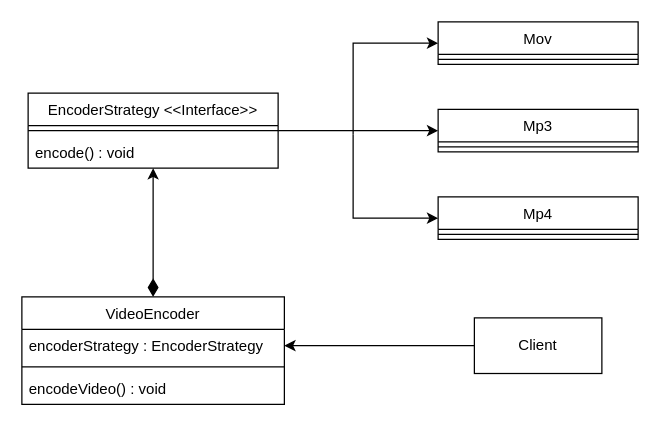
rishabmamgai/LLD keeps this draw.io diagram as umls/Strategy.drawio. Above is the earlier version. Source tidied: cells renumbered, new cells numbered last; positions are measured from the earlier drawing's top-left corner, leaving out a move shared by most shapes. Both pictures are drawn from the tidied source at 125%, with x=0, y=0 at pixel (21, 21).
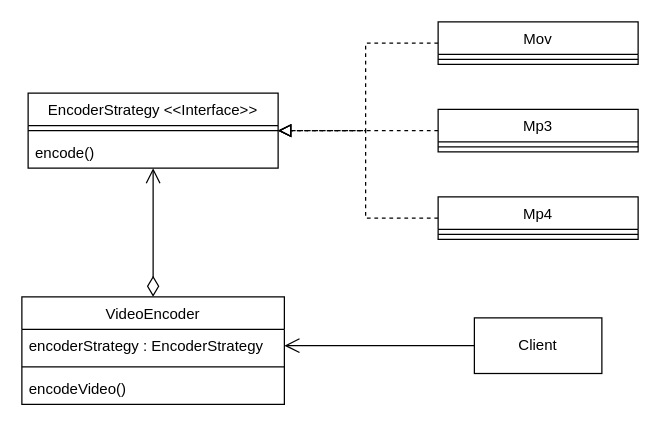
Above is the later version.

Unchanged cells that the change refers to:
```xml
<mxCell id="2" value="EncoderStrategy &lt;&lt;Interface&gt;&gt;" style="swimlane;fontStyle=0;align=center;verticalAlign=top;horizontal=1;startSize=26;rounded=0;shadow=0;strokeWidth=1;" parent="1" vertex="1">
  <mxGeometry x="5" y="57" width="200" height="60" as="geometry" />
</mxCell>
<mxCell id="5" value="VideoEncoder" style="swimlane;fontStyle=0;align=center;verticalAlign=top;horizontal=1;startSize=26;rounded=0;shadow=0;strokeWidth=1;" parent="1" vertex="1">
  <mxGeometry y="220" width="210" height="86" as="geometry" />
</mxCell>
<mxCell id="6" value="encoderStrategy : EncoderStrategy" style="text;align=left;verticalAlign=top;spacingLeft=4;spacingRight=4;overflow=hidden;points=[[0,0.5],[1,0.5]];portConstraint=eastwest;" parent="5" vertex="1">
  <mxGeometry y="26" width="210" height="26" as="geometry" />
</mxCell>
<mxCell id="9" value="Mov" style="swimlane;fontStyle=0;align=center;verticalAlign=top;horizontal=1;startSize=26;rounded=0;shadow=0;strokeWidth=1;" parent="1" vertex="1">
  <mxGeometry x="333" width="160" height="34" as="geometry" />
</mxCell>
<mxCell id="11" value="Mp3" style="swimlane;fontStyle=0;align=center;verticalAlign=top;horizontal=1;startSize=26;rounded=0;shadow=0;strokeWidth=1;" parent="1" vertex="1">
  <mxGeometry x="333" y="70" width="160" height="34" as="geometry" />
</mxCell>
<mxCell id="13" value="Mp4" style="swimlane;fontStyle=0;align=center;verticalAlign=top;horizontal=1;startSize=26;rounded=0;shadow=0;strokeWidth=1;" parent="1" vertex="1">
  <mxGeometry x="333" y="140" width="160" height="34" as="geometry" />
</mxCell>
```

What changed in the source:
```diff
@@
-    <mxCell id="4" value="encode() : void" style="text;align=left;verticalAlign=top;spacingLeft=4;spacingRight=4;overflow=hidden;" parent="2" vertex="1">
+    <mxCell id="4" value="encode()" style="text;align=left;verticalAlign=top;spacingLeft=4;spacingRight=4;overflow=hidden;" parent="2" vertex="1">
       <mxGeometry y="34" width="200" height="26" as="geometry" />
     </mxCell>
@@
-    <mxCell id="8" value="encodeVideo() : void" style="text;align=left;verticalAlign=top;spacingLeft=4;spacingRight=4;overflow=hidden;" parent="5" vertex="1">
+    <mxCell id="8" value="encodeVideo()" style="text;align=left;verticalAlign=top;spacingLeft=4;spacingRight=4;overflow=hidden;" parent="5" vertex="1">
       <mxGeometry y="60" width="210" height="26" as="geometry" />
     </mxCell>
@@
-    <mxCell id="15" style="endArrow=classic;html=1;rounded=0;entryX=0;entryY=0.5;entryDx=0;entryDy=0;exitX=1;exitY=0.5;exitDx=0;exitDy=0;" parent="1" edge="1" source="2" target="11">
-      <mxGeometry relative="1" as="geometry" />
-    </mxCell>
-    <mxCell id="16" style="endArrow=classic;html=1;rounded=0;entryX=0;entryY=0.5;entryDx=0;entryDy=0;" parent="1" edge="1" target="9">
-      <mxGeometry relative="1" as="geometry">
-        <mxPoint x="265" y="90" as="sourcePoint" />
-        <Array as="points">
-          <mxPoint x="265" y="17" />
-        </Array>
-      </mxGeometry>
-    </mxCell>
-    <mxCell id="17" style="endArrow=classic;html=1;rounded=0;entryX=0;entryY=0.5;entryDx=0;entryDy=0;" parent="1" edge="1" target="13">
-      <mxGeometry relative="1" as="geometry">
-        <mxPoint x="265" y="90" as="sourcePoint" />
-        <Array as="points">
-          <mxPoint x="265" y="157" />
-        </Array>
-      </mxGeometry>
-    </mxCell>
+    <mxCell id="19" value="Client" style="rounded=0;whiteSpace=wrap;html=1;" parent="1" vertex="1">
+      <mxGeometry x="362" y="236.8" width="102" height="44.5" as="geometry" />
+    </mxCell>
+    <mxCell id="21" style="endArrow=block;html=1;rounded=0;endFill=0;endSize=8;dashed=1;entryX=1;entryY=0.5;entryDx=0;entryDy=0;exitX=0;exitY=0.5;exitDx=0;exitDy=0;" parent="1" edge="1" source="9" target="2">
+      <mxGeometry relative="1" as="geometry">
+        <Array as="points">
+          <mxPoint x="275" y="17" />
+          <mxPoint x="275" y="87" />
+        </Array>
+      </mxGeometry>
+    </mxCell>
+    <mxCell id="22" style="endArrow=block;html=1;rounded=0;endFill=0;endSize=8;dashed=1;exitX=0;exitY=0.5;exitDx=0;exitDy=0;entryX=1;entryY=0.5;entryDx=0;entryDy=0;" parent="1" edge="1" source="13" target="2">
+      <mxGeometry relative="1" as="geometry">
+        <Array as="points">
+          <mxPoint x="275" y="157" />
+          <mxPoint x="275" y="87" />
+        </Array>
+      </mxGeometry>
+    </mxCell>
+    <mxCell id="23" style="endArrow=block;html=1;rounded=0;endFill=0;endSize=8;dashed=1;entryX=1;entryY=0.5;entryDx=0;entryDy=0;exitX=0;exitY=0.5;exitDx=0;exitDy=0;" parent="1" edge="1" source="11" target="2">
+      <mxGeometry relative="1" as="geometry" />
+    </mxCell>
-    <mxCell id="18" style="endArrow=classic;html=1;rounded=0;exitX=0.5;exitY=0;exitDx=0;exitDy=0;entryX=0.5;entryY=1;entryDx=0;entryDy=0;endSize=6;startArrow=diamondThin;startFill=1;startSize=12;" parent="1" edge="1" source="5" target="2">
-      <mxGeometry relative="1" as="geometry" />
+    <mxCell id="18" style="endArrow=open;html=1;endSize=10;startArrow=diamondThin;startSize=14;startFill=0;edgeStyle=orthogonalEdgeStyle;align=left;verticalAlign=top;rounded=0;entryX=0.5;entryY=1;entryDx=0;entryDy=0;exitX=0.5;exitY=0;exitDx=0;exitDy=0;" parent="1" edge="1" source="5" target="2">
+      <mxGeometry x="-1" y="3" relative="1" as="geometry" />
     </mxCell>
-    <mxCell id="19" value="Client" style="rounded=0;whiteSpace=wrap;html=1;" parent="1" vertex="1">
-      <mxGeometry x="362" y="236.8" width="102" height="44.5" as="geometry" />
-    </mxCell>
-    <mxCell id="20" style="endArrow=classic;html=1;rounded=0;exitX=0;exitY=0.5;exitDx=0;exitDy=0;entryX=1;entryY=0.5;entryDx=0;entryDy=0;" parent="1" edge="1" source="19" target="6">
+    <mxCell id="20" style="endArrow=open;html=1;rounded=0;exitX=0;exitY=0.5;exitDx=0;exitDy=0;entryX=1;entryY=0.5;entryDx=0;entryDy=0;endSize=10;endFill=0;" parent="1" edge="1" source="19" target="6">
       <mxGeometry relative="1" as="geometry" />
     </mxCell>
```
